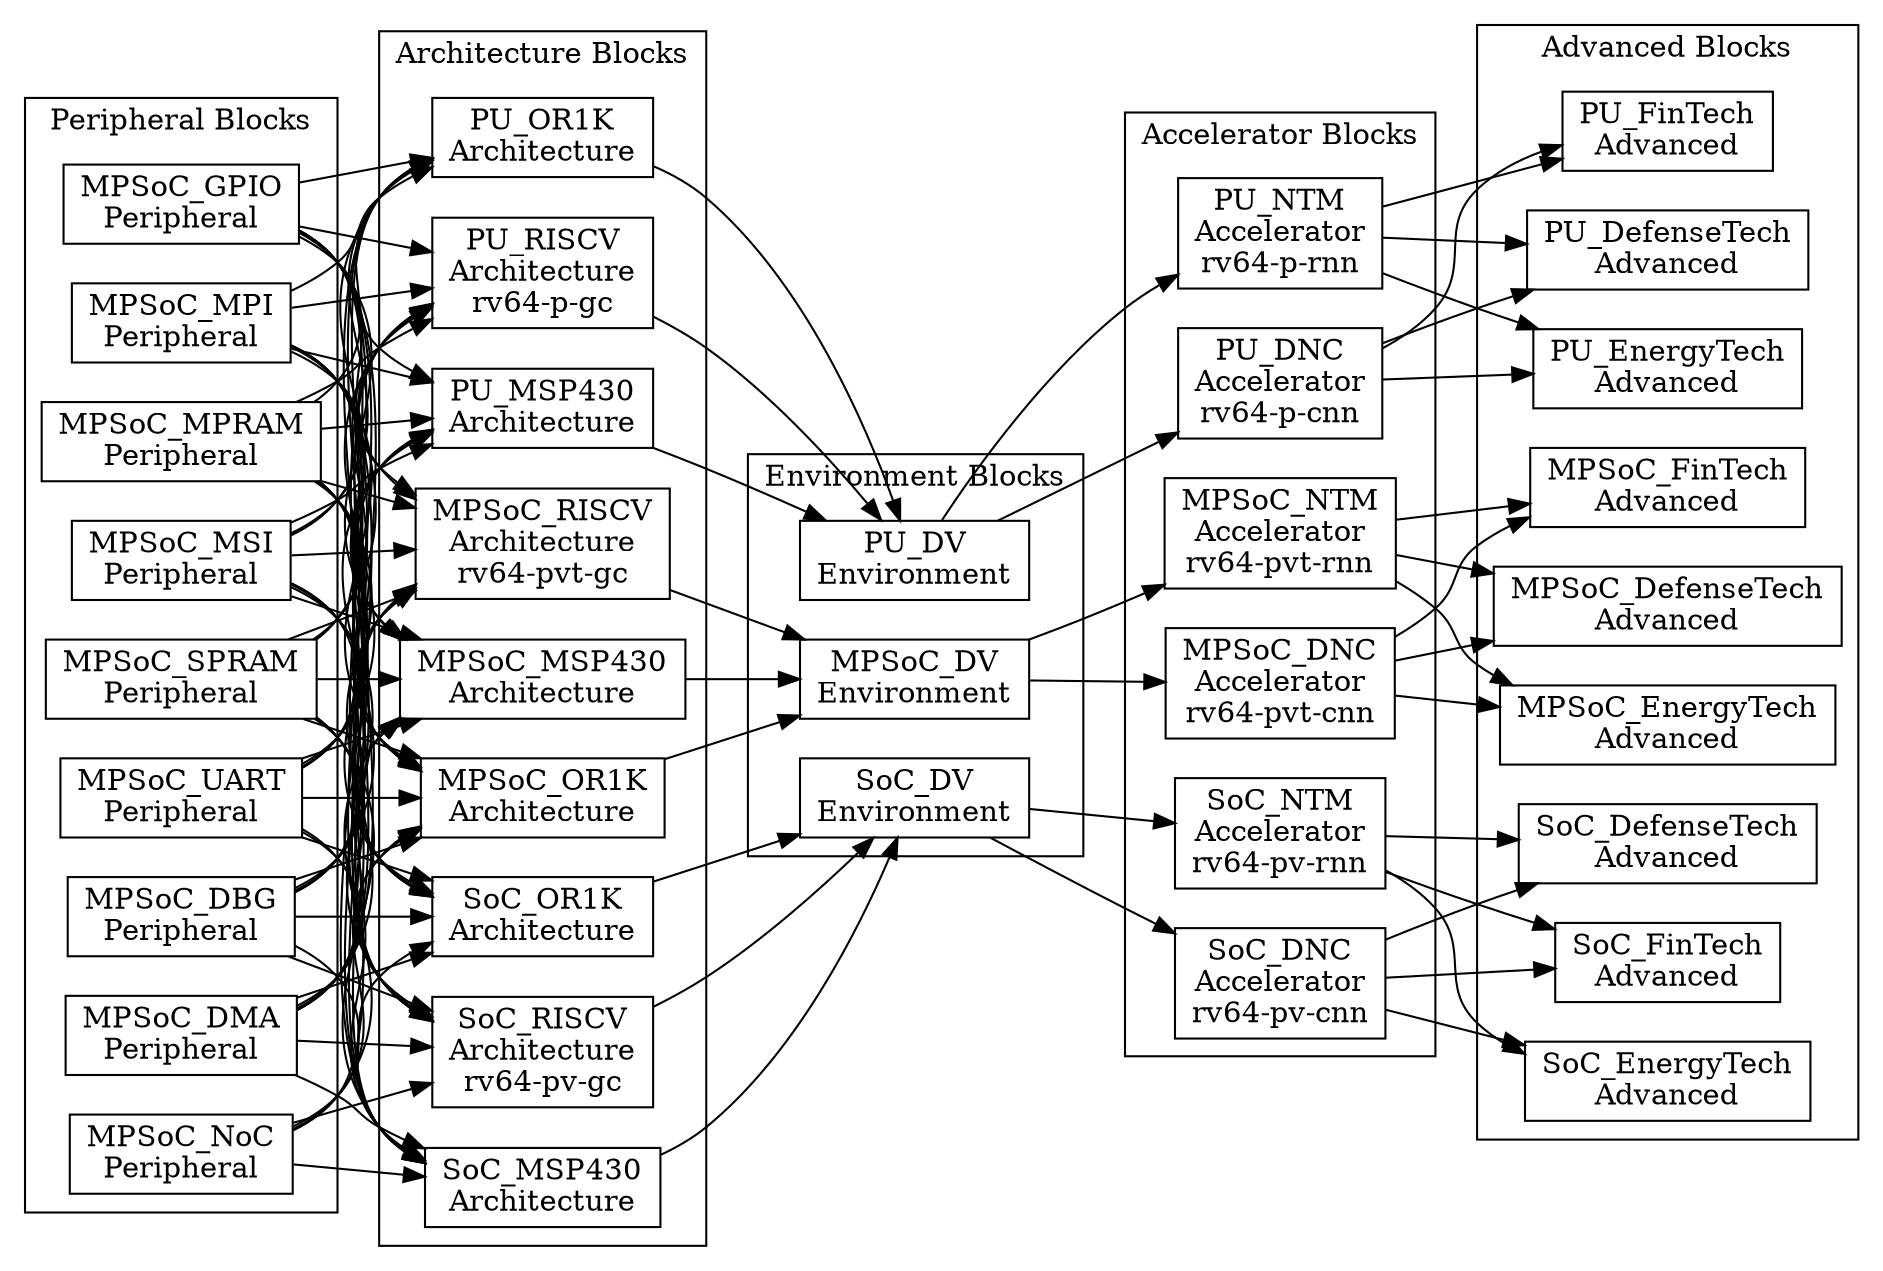
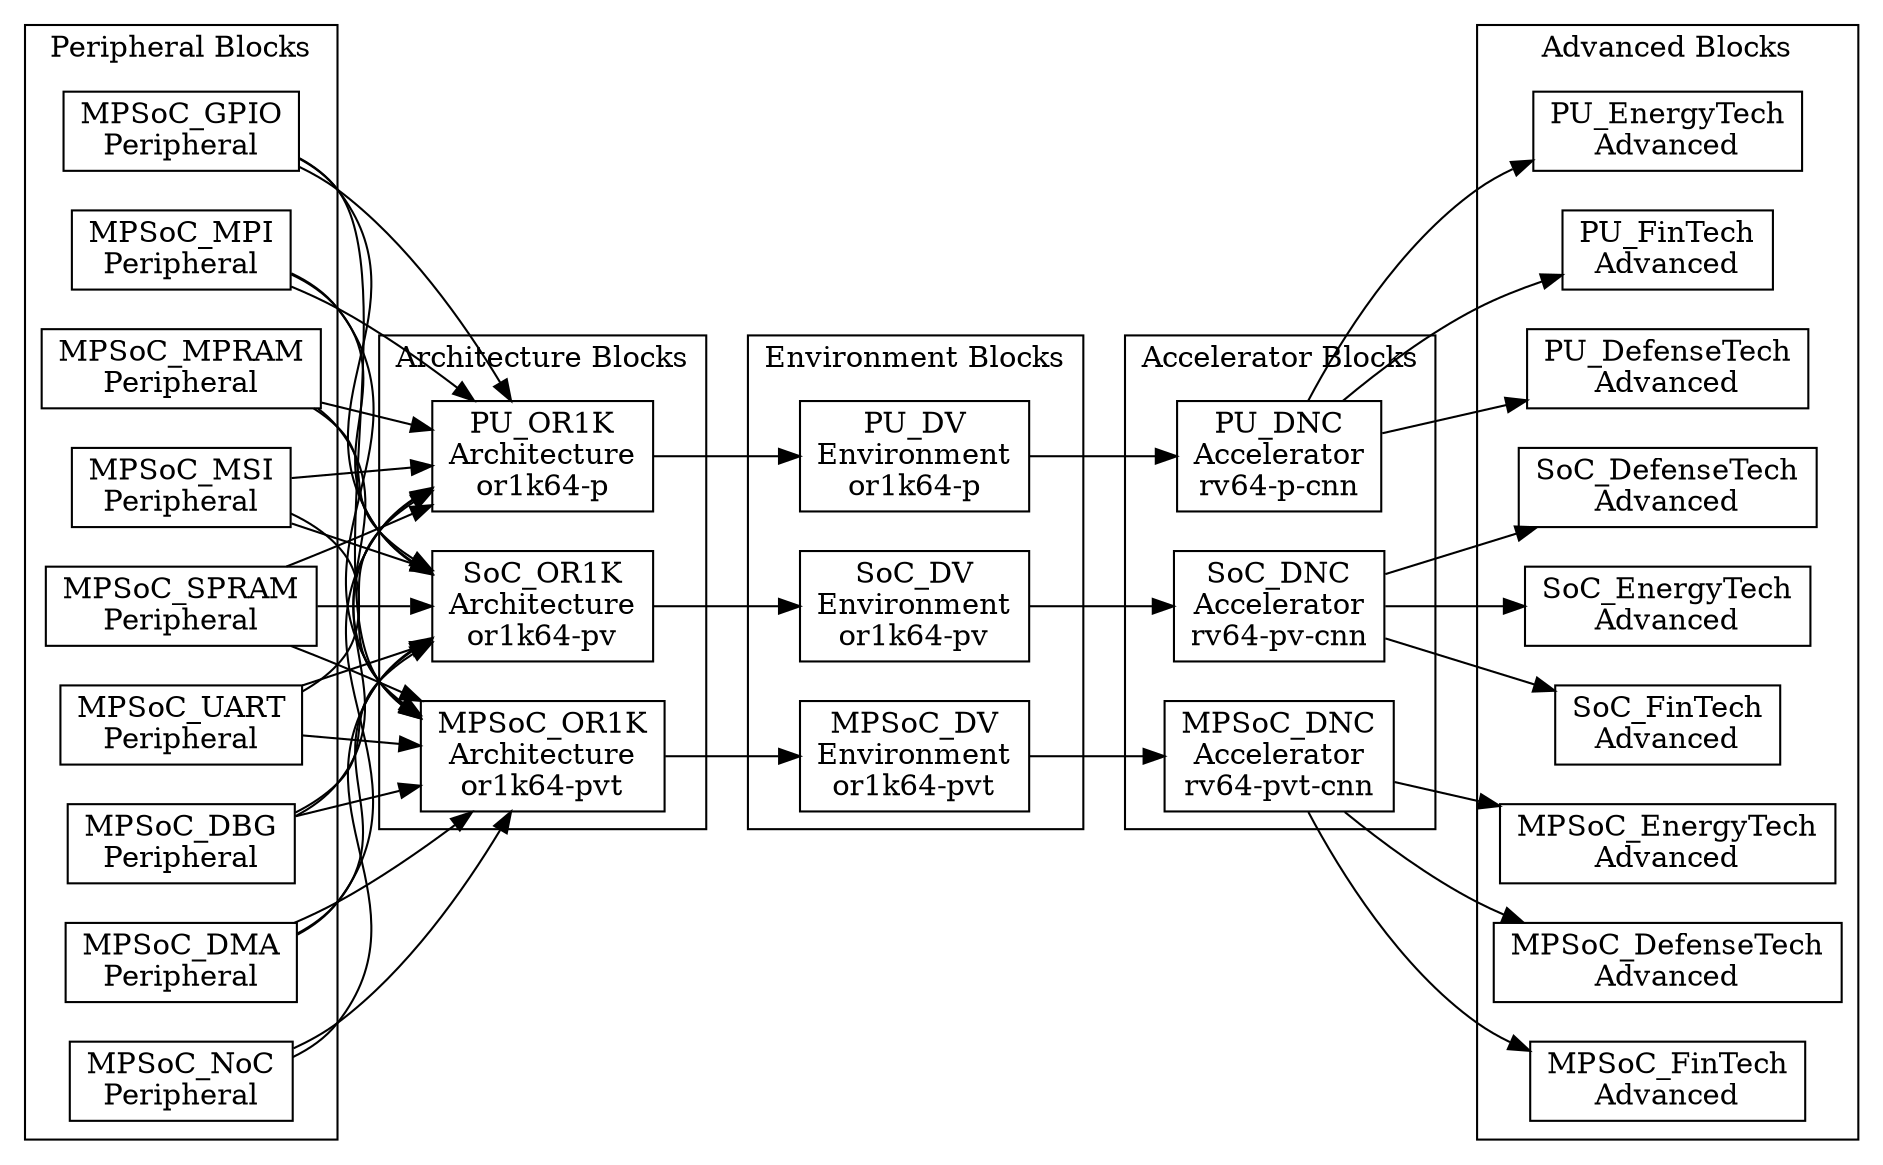
digraph Project {
  // Introduction
  graph [rankdir = LR];
  node[shape=record];

  // Peripheral Blocks
  subgraph "cluster PeripheralBlocks" { label = "Peripheral Blocks";
    MPSoC_DBG[label="MPSoC_DBG\nPeripheral"];
    MPSoC_DMA[label="MPSoC_DMA\nPeripheral"];
    MPSoC_GPIO[label="MPSoC_GPIO\nPeripheral"];
    MPSoC_MPI[label="MPSoC_MPI\nPeripheral"];
    MPSoC_MPRAM[label="MPSoC_MPRAM\nPeripheral"];
    MPSoC_MSI[label="MPSoC_MSI\nPeripheral"];
    MPSoC_NoC[label="MPSoC_NoC\nPeripheral"];
    MPSoC_SPRAM[label="MPSoC_SPRAM\nPeripheral"];
    MPSoC_UART[label="MPSoC_UART\nPeripheral"];
  }

  // Architecture Blocks
  subgraph "cluster ArchitectureBlocks" { label = "Architecture Blocks";
-     MPSoC_MSP430[label="MPSoC_MSP430\nArchitecture"];
-     MPSoC_OR1K[label="MPSoC_OR1K\nArchitecture"];
-     MPSoC_RISCV[label="MPSoC_RISCV\nArchitecture\nrv64-pvt-gc"];
-     SoC_MSP430[label="SoC_MSP430\nArchitecture"];
-     SoC_OR1K[label="SoC_OR1K\nArchitecture"];
-     SoC_RISCV[label="SoC_RISCV\nArchitecture\nrv64-pv-gc"];
-     PU_MSP430[label="PU_MSP430\nArchitecture"];
-     PU_OR1K[label="PU_OR1K\nArchitecture"];
-     PU_RISCV[label="PU_RISCV\nArchitecture\nrv64-p-gc"];
+     MPSoC_OR1K[label="MPSoC_OR1K\nArchitecture\nor1k64-pvt"];
+     SoC_OR1K[label="SoC_OR1K\nArchitecture\nor1k64-pv"];
+     PU_OR1K[label="PU_OR1K\nArchitecture\nor1k64-p"];
  }

  // Environment Blocks
  subgraph "cluster EnvironmentBlocks" { label = "Environment Blocks";
-     MPSoC_DV[label="MPSoC_DV\nEnvironment"];
-     SoC_DV[label="SoC_DV\nEnvironment"];
-     PU_DV[label="PU_DV\nEnvironment"];
+     MPSoC_DV[label="MPSoC_DV\nEnvironment\nor1k64-pvt"];
+     SoC_DV[label="SoC_DV\nEnvironment\nor1k64-pv"];
+     PU_DV[label="PU_DV\nEnvironment\nor1k64-p"];
  }

  // Accelerator Blocks
  subgraph "cluster AcceleratorBlocks" { label = "Accelerator Blocks";
-     MPSoC_NTM[label="MPSoC_NTM\nAccelerator\nrv64-pvt-rnn"];
-     SoC_NTM[label="SoC_NTM\nAccelerator\nrv64-pv-rnn"];
-     PU_NTM[label="PU_NTM\nAccelerator\nrv64-p-rnn"];
- 
    MPSoC_DNC[label="MPSoC_DNC\nAccelerator\nrv64-pvt-cnn"];
    SoC_DNC[label="SoC_DNC\nAccelerator\nrv64-pv-cnn"];
    PU_DNC[label="PU_DNC\nAccelerator\nrv64-p-cnn"];
  }

  // Advanced Blocks
  subgraph "cluster AdvancedBlocks" { label = "Advanced Blocks";
    MPSoC_EnergyTech[label="MPSoC_EnergyTech\nAdvanced"];
    SoC_EnergyTech[label="SoC_EnergyTech\nAdvanced"];
    PU_EnergyTech[label="PU_EnergyTech\nAdvanced"];

    MPSoC_FinTech[label="MPSoC_FinTech\nAdvanced"];
    SoC_FinTech[label="SoC_FinTech\nAdvanced"];
    PU_FinTech[label="PU_FinTech\nAdvanced"];

    MPSoC_DefenseTech[label="MPSoC_DefenseTech\nAdvanced"];
    SoC_DefenseTech[label="SoC_DefenseTech\nAdvanced"];
    PU_DefenseTech[label="PU_DefenseTech\nAdvanced"];
  }

  // Peripheral -> Architecture
-   MPSoC_DBG -> MPSoC_MSP430;
-   MPSoC_DMA -> MPSoC_MSP430;
-   MPSoC_GPIO -> MPSoC_MSP430;
-   MPSoC_MPI -> MPSoC_MSP430;
-   MPSoC_MPRAM -> MPSoC_MSP430;
-   MPSoC_MSI -> MPSoC_MSP430;
-   MPSoC_NoC -> MPSoC_MSP430;
-   MPSoC_SPRAM -> MPSoC_MSP430;
-   MPSoC_UART -> MPSoC_MSP430;
- 
-   MPSoC_DBG -> SoC_MSP430;
-   MPSoC_DMA -> SoC_MSP430;
-   MPSoC_GPIO -> SoC_MSP430;
-   MPSoC_MPI -> SoC_MSP430;
-   MPSoC_MPRAM -> SoC_MSP430;
-   MPSoC_MSI -> SoC_MSP430;
-   MPSoC_NoC -> SoC_MSP430;
-   MPSoC_SPRAM -> SoC_MSP430;
-   MPSoC_UART -> SoC_MSP430;
- 
-   MPSoC_DBG -> PU_MSP430;
-   MPSoC_DMA -> PU_MSP430;
-   MPSoC_GPIO -> PU_MSP430;
-   MPSoC_MPI -> PU_MSP430;
-   MPSoC_MPRAM -> PU_MSP430;
-   MPSoC_MSI -> PU_MSP430;
-   MPSoC_SPRAM -> PU_MSP430;
-   MPSoC_UART -> PU_MSP430;
- 
- 
  MPSoC_DBG -> MPSoC_OR1K;
  MPSoC_DMA -> MPSoC_OR1K;
  MPSoC_GPIO -> MPSoC_OR1K;
  MPSoC_MPI -> MPSoC_OR1K;
  MPSoC_MPRAM -> MPSoC_OR1K;
  MPSoC_MSI -> MPSoC_OR1K;
  MPSoC_NoC -> MPSoC_OR1K;
  MPSoC_SPRAM -> MPSoC_OR1K;
  MPSoC_UART -> MPSoC_OR1K;

  MPSoC_DBG -> SoC_OR1K;
  MPSoC_DMA -> SoC_OR1K;
  MPSoC_GPIO -> SoC_OR1K;
  MPSoC_MPI -> SoC_OR1K;
  MPSoC_MPRAM -> SoC_OR1K;
  MPSoC_MSI -> SoC_OR1K;
  MPSoC_NoC -> SoC_OR1K;
  MPSoC_SPRAM -> SoC_OR1K;
  MPSoC_UART -> SoC_OR1K;

  MPSoC_DBG -> PU_OR1K;
  MPSoC_DMA -> PU_OR1K;
  MPSoC_GPIO -> PU_OR1K;
  MPSoC_MPI -> PU_OR1K;
  MPSoC_MPRAM -> PU_OR1K;
  MPSoC_MSI -> PU_OR1K;
  MPSoC_SPRAM -> PU_OR1K;
  MPSoC_UART -> PU_OR1K;

+   // Architecture -> Environment
+   PU_OR1K -> PU_DV;

-   MPSoC_DBG -> MPSoC_RISCV;
-   MPSoC_DMA -> MPSoC_RISCV;
-   MPSoC_GPIO -> MPSoC_RISCV;
-   MPSoC_MPI -> MPSoC_RISCV;
-   MPSoC_MPRAM -> MPSoC_RISCV;
-   MPSoC_MSI -> MPSoC_RISCV;
-   MPSoC_NoC -> MPSoC_RISCV;
-   MPSoC_SPRAM -> MPSoC_RISCV;
-   MPSoC_UART -> MPSoC_RISCV;
+   SoC_OR1K -> SoC_DV;

-   MPSoC_DBG -> SoC_RISCV;
-   MPSoC_DMA -> SoC_RISCV;
-   MPSoC_GPIO -> SoC_RISCV;
-   MPSoC_MPI -> SoC_RISCV;
-   MPSoC_MPRAM -> SoC_RISCV;
-   MPSoC_MSI -> SoC_RISCV;
-   MPSoC_NoC -> SoC_RISCV;
-   MPSoC_SPRAM -> SoC_RISCV;
-   MPSoC_UART -> SoC_RISCV;
- 
-   MPSoC_DBG -> PU_RISCV;
-   MPSoC_DMA -> PU_RISCV;
-   MPSoC_GPIO -> PU_RISCV;
-   MPSoC_MPI -> PU_RISCV;
-   MPSoC_MPRAM -> PU_RISCV;
-   MPSoC_MSI -> PU_RISCV;
-   MPSoC_SPRAM -> PU_RISCV;
-   MPSoC_UART -> PU_RISCV;
- 
-   // Architecture -> Environment
-   PU_MSP430 -> PU_DV;
-   PU_OR1K -> PU_DV;
-   PU_RISCV -> PU_DV;
- 
-   SoC_MSP430 -> SoC_DV;
-   SoC_OR1K -> SoC_DV;
-   SoC_RISCV -> SoC_DV;
- 
-   MPSoC_MSP430 -> MPSoC_DV;
  MPSoC_OR1K -> MPSoC_DV;
-   MPSoC_RISCV -> MPSoC_DV;

  // Environment -> Accelerator
-   PU_DV -> PU_NTM;
  PU_DV -> PU_DNC;

-   SoC_DV -> SoC_NTM;
  SoC_DV -> SoC_DNC;

-   MPSoC_DV -> MPSoC_NTM;
  MPSoC_DV -> MPSoC_DNC;

  // Accelerator -> Advanced
-   PU_NTM -> PU_EnergyTech;
  PU_DNC -> PU_EnergyTech;

-   SoC_NTM -> SoC_EnergyTech;
  SoC_DNC -> SoC_EnergyTech;

-   MPSoC_NTM -> MPSoC_EnergyTech;
  MPSoC_DNC -> MPSoC_EnergyTech;

- 
-   PU_NTM -> PU_FinTech;
  PU_DNC -> PU_FinTech;

-   SoC_NTM -> SoC_FinTech;
  SoC_DNC -> SoC_FinTech;

-   MPSoC_NTM -> MPSoC_FinTech;
  MPSoC_DNC -> MPSoC_FinTech;

- 
-   PU_NTM -> PU_DefenseTech;
  PU_DNC -> PU_DefenseTech;

-   SoC_NTM -> SoC_DefenseTech;
  SoC_DNC -> SoC_DefenseTech;

-   MPSoC_NTM -> MPSoC_DefenseTech;
  MPSoC_DNC -> MPSoC_DefenseTech;
}
